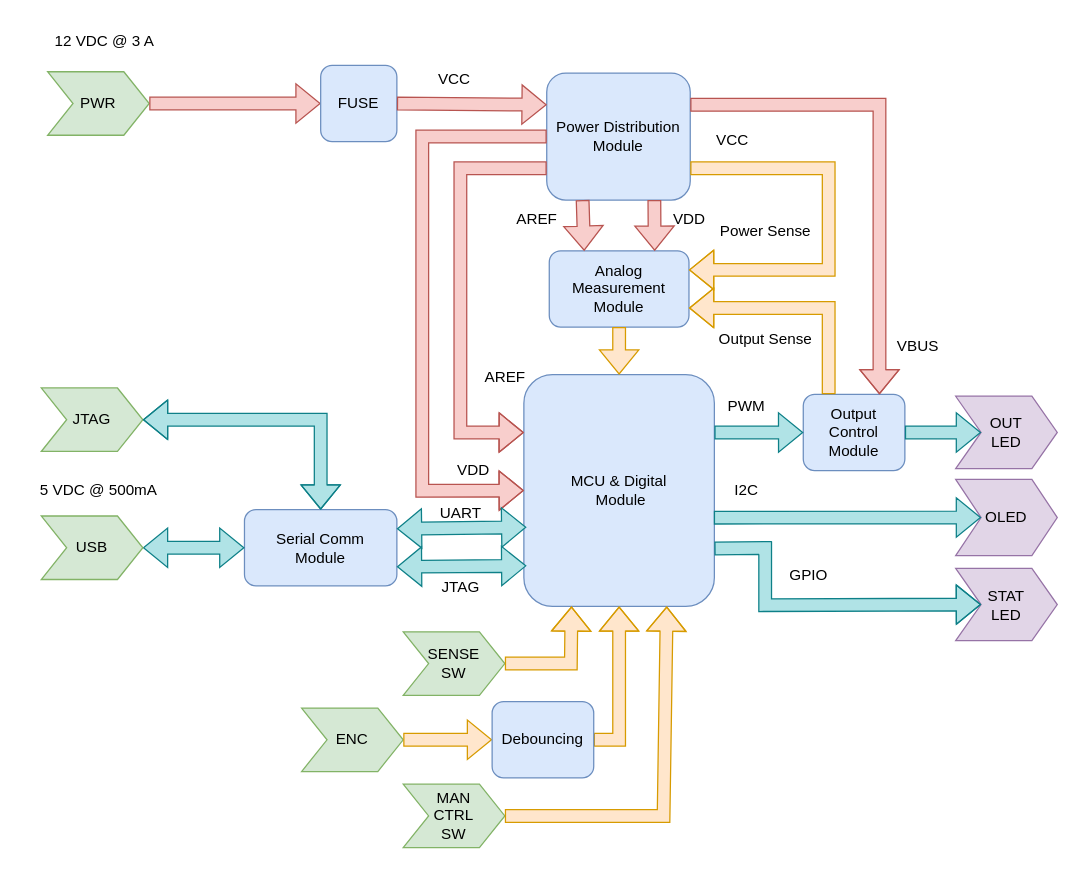
The draw.io diagram docs/ddd/block.drawio in cSDes1gn/ucl, before the edit. Source tidied: cells renumbered, new cells numbered last; positions are measured from the earlier drawing's top-left corner, leaving out a move shared by most shapes. Both pictures are drawn from the tidied source at 127%, with x=0, y=0 at pixel (22, 22).
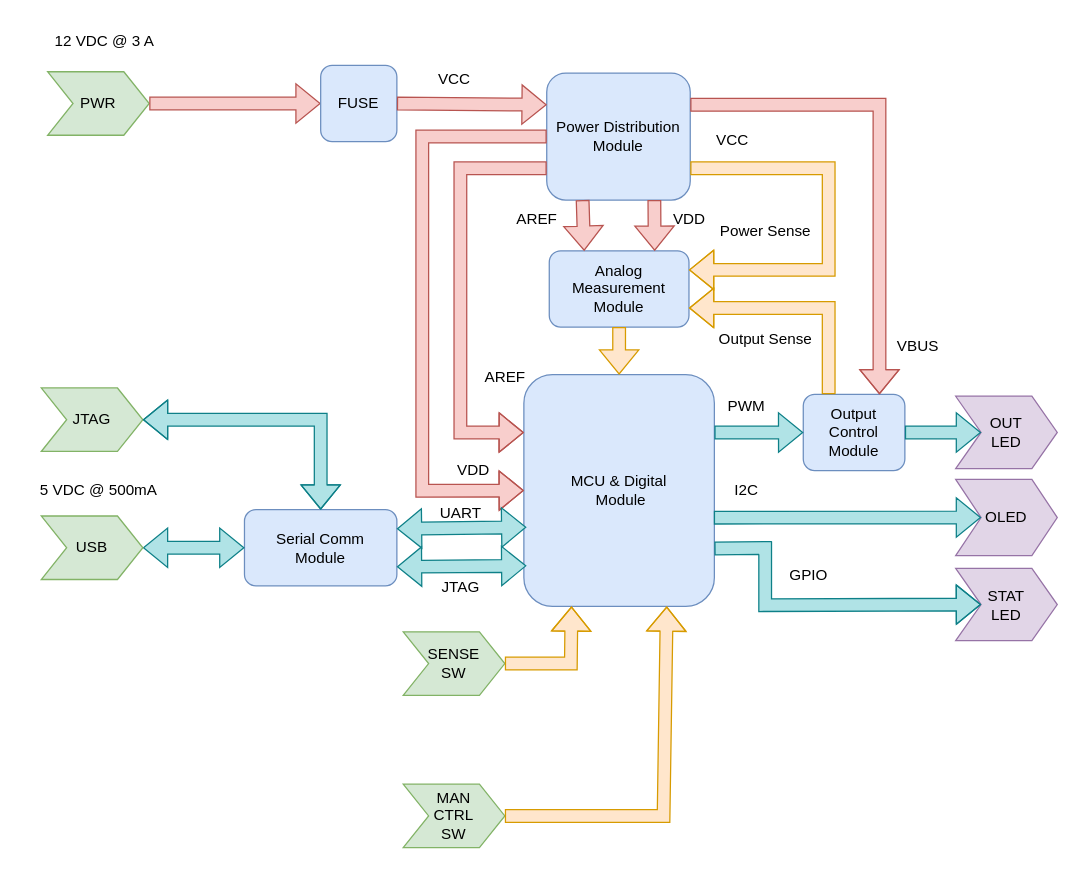
After the change.

The change refers to these unchanged cells:
```xml
<mxCell id="4" value="MCU &amp;amp; Digital&lt;br&gt;&amp;nbsp;Module" style="rounded=1;whiteSpace=wrap;html=1;fillColor=#dae8fc;strokeColor=#6c8ebf;" parent="1" vertex="1">
  <mxGeometry x="395" y="277.5" width="150" height="182.5" as="geometry" />
</mxCell>
```

The edit, as a diff of the source:
```diff
@@
-    <mxCell id="18" value="ENC" style="shape=step;perimeter=stepPerimeter;whiteSpace=wrap;html=1;fixedSize=1;fillColor=#d5e8d4;strokeColor=#82b366;" parent="1" vertex="1">
-      <mxGeometry x="220" y="540" width="80" height="50" as="geometry" />
-    </mxCell>
@@
-    <mxCell id="39" style="shape=flexArrow;endArrow=classic;html=1;rounded=0;entryX=0.5;entryY=1;entryDx=0;entryDy=0;exitX=1;exitY=0.5;exitDx=0;exitDy=0;fillColor=#ffe6cc;strokeColor=#d79b00;" parent="1" edge="1" source="55" target="4">
-      <mxGeometry relative="1" as="geometry">
-        <Array as="points">
-          <mxPoint x="470" y="565" />
-        </Array>
-      </mxGeometry>
-    </mxCell>
@@
-    <mxCell id="54" style="shape=flexArrow;endArrow=classic;html=1;rounded=0;entryX=0;entryY=0.5;entryDx=0;entryDy=0;exitX=1;exitY=0.5;exitDx=0;exitDy=0;fillColor=#ffe6cc;strokeColor=#d79b00;" parent="1" edge="1" source="18" target="55">
-      <mxGeometry relative="1" as="geometry" />
-    </mxCell>
-    <mxCell id="55" value="Debouncing" style="rounded=1;whiteSpace=wrap;html=1;fillColor=#dae8fc;strokeColor=#6c8ebf;" parent="1" vertex="1">
-      <mxGeometry x="370" y="535" width="80" height="60" as="geometry" />
-    </mxCell>
```
